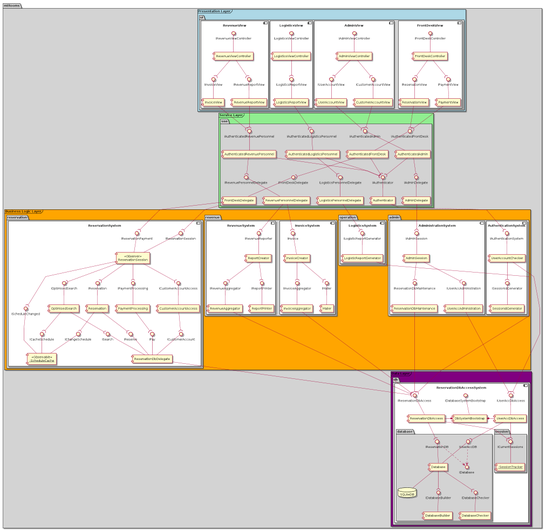
BBKbeam/mtRooms keeps this PlantUML diagram as docs/uml/architecture/architecture.png. Above is the earlier version.
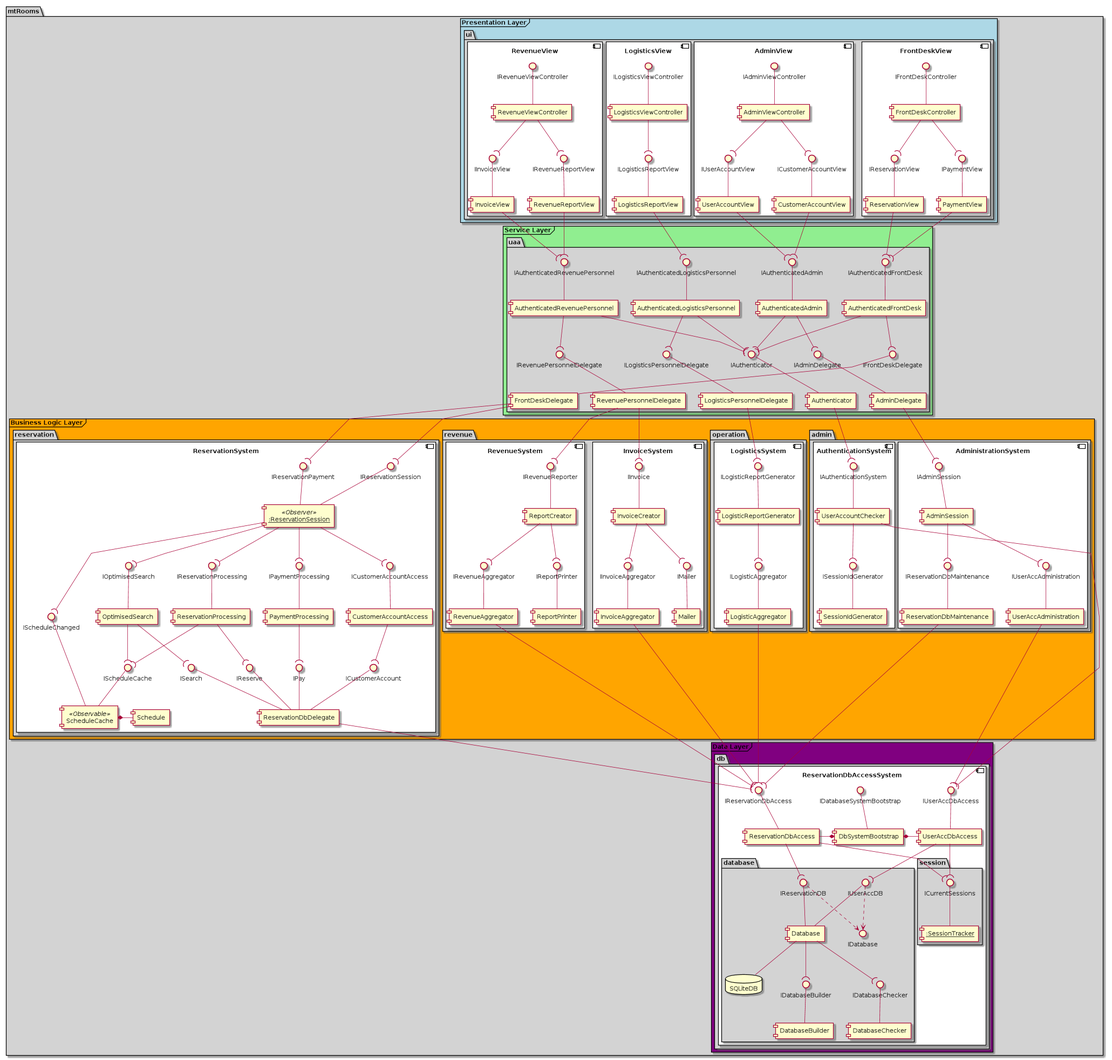
After the change.

Commit message:
[uml] Architecture component diag. updated on the 'reservation' changes and 'operation' component expanded to separate data aggregation from the report generator.

Change to the diagram source:
```diff
@@ -71,33 +71,34 @@
     frame "Business Logic Layer" #orange {
         package "reservation" {
             component ReservationSystem #white {
-                [ReservationSession] <<Observer>>
-                [<u>:ScheduleCache] <<Observable>> as ScheduleCache
+                [<u>:ReservationSession] <<Observer>> as ReservationSession
+                [ScheduleCache] <<Observable>> as ScheduleCache
+                [Schedule]
 
                 IReservationSession -- [ReservationSession]
                 IReservationPayment -- [ReservationSession]
                 IOptimisedSearch -- [OptimisedSearch]
-                IReservation -- [Reservation]
+                IReservationProcessing -- [ReservationProcessing]
                 IPaymentProcessing -- [PaymentProcessing]
                 ICustomerAccountAccess -- [CustomerAccountAccess]
-                ICacheSchedule -- [ScheduleCache]
-                IChangeSchedule -- [ScheduleCache]
+                IScheduleCache -- [ScheduleCache]
                 IScheduleChanged -- [ScheduleCache]
                 IPay -- [ReservationDbDelegate]
                 IReserve -- [ReservationDbDelegate]
                 ISearch -- [ReservationDbDelegate]
                 ICustomerAccount -- [ReservationDbDelegate]
 
+                ScheduleCache *- Schedule
                 ReservationSession --( IOptimisedSearch
                 ReservationSession --( IPaymentProcessing
-                ReservationSession --( IReservation
+                ReservationSession --( IReservationProcessing
                 ReservationSession --( ICustomerAccountAccess
-                OptimisedSearch --( ICacheSchedule
+                OptimisedSearch --( IScheduleCache
                 ReservationSession --( IScheduleChanged
-                Reservation --( IChangeSchedule
+                ReservationProcessing --( IScheduleCache
 
                 OptimisedSearch --( ISearch
-                Reservation  --( IReserve
+                ReservationProcessing  --( IReserve
                 CustomerAccountAccess   --( ICustomerAccount
                 PaymentProcessing --( IPay
             }
@@ -126,6 +127,9 @@
         package "operation" {
             component LogisticsSystem #white {
                 ILogisticReportGenerator -- [LogisticReportGenerator]
+                ILogisticAggregator -- [LogisticAggregator]
+
+                LogisticReportGenerator --( ILogisticAggregator
             }
         }
 
@@ -212,7 +216,7 @@
 
     ReservationDbDelegate --( IReservationDbAccess
 
-    LogisticReportGenerator --( IReservationDbAccess
+    LogisticAggregator --( IReservationDbAccess
     InvoiceAggregator --( IReservationDbAccess
     RevenueAggregator --( IReservationDbAccess
 }
```
